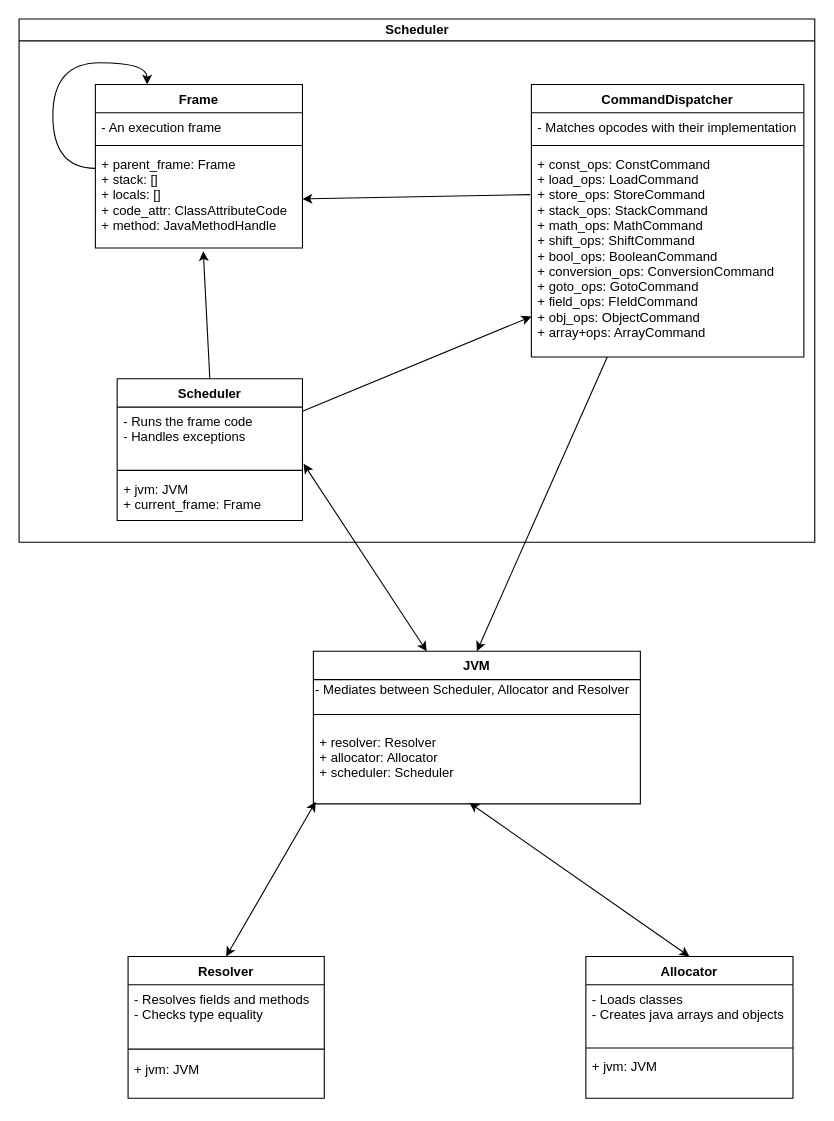
Before: diagram.drawio in chrimeea/giuseppe, a draw.io diagram. Source tidied: cells renumbered, new cells numbered last; positions are measured from the earlier drawing's top-left corner, leaving out a move shared by most shapes. Both pictures are drawn from the tidied source at 109%, with x=0, y=0 at pixel (19, 19).
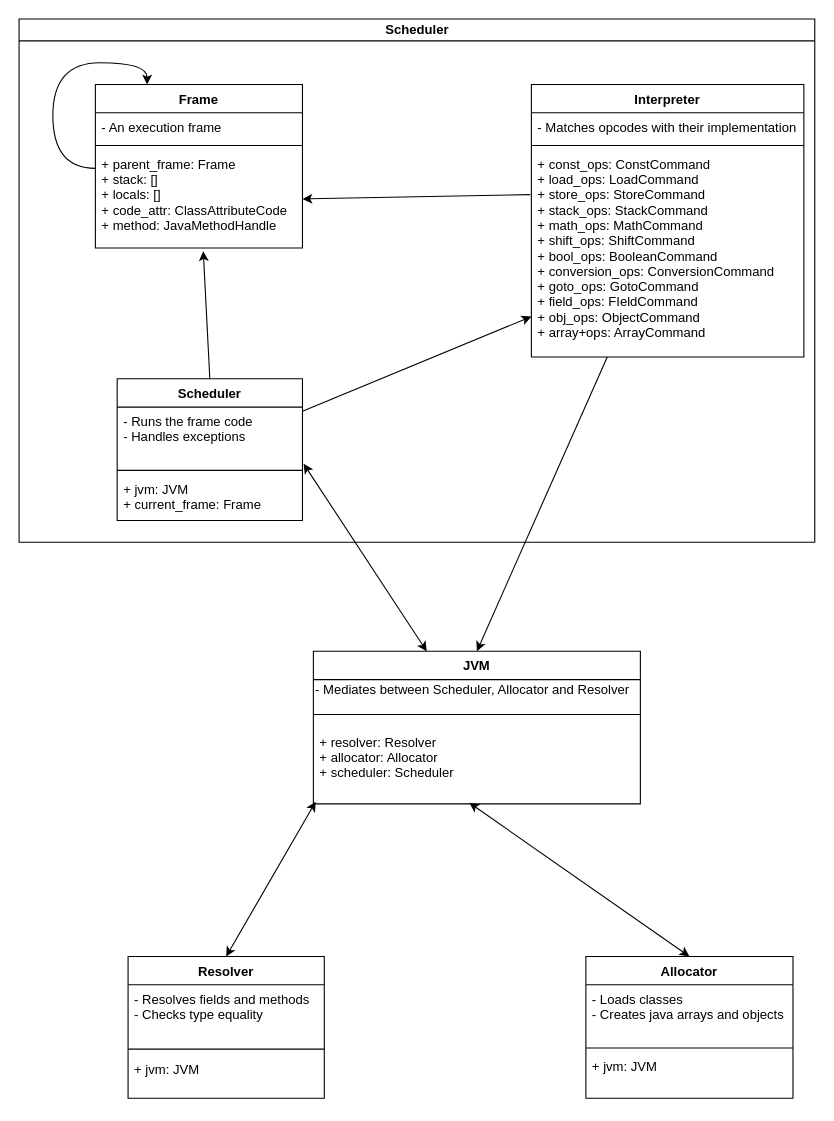
The same diagram, later.

Change to the diagram source:
```diff
@@
-    <mxCell id="29" value="CommandDispatcher" style="swimlane;fontStyle=1;align=center;verticalAlign=top;horizontal=1;startSize=26;" parent="1" vertex="1">
+    <mxCell id="29" value="Interpreter" style="swimlane;fontStyle=1;align=center;verticalAlign=top;horizontal=1;startSize=26;" parent="1" vertex="1">
       <mxGeometry x="470" y="60" width="250" height="250" as="geometry" />
     </mxCell>
```
